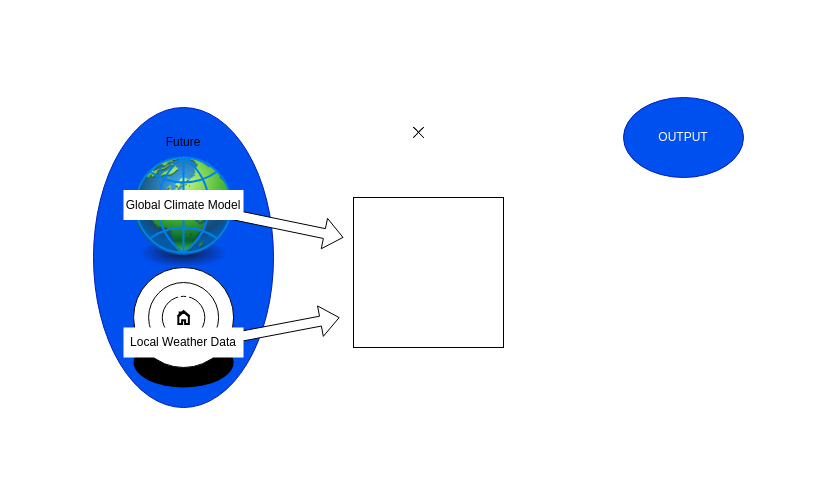
Before: Illustrations/Figure 1 - draft.drawio in Kristoffernegendahl/Ali, a draw.io diagram. Source tidied: cells renumbered, new cells numbered last; positions are measured from the earlier drawing's top-left corner, leaving out a move shared by most shapes. Both pictures are drawn from the tidied source at 100%, with x=0, y=0 at pixel (93, 97). Pictures stored in the file or linked from it are replaced by grey dashed boxes.
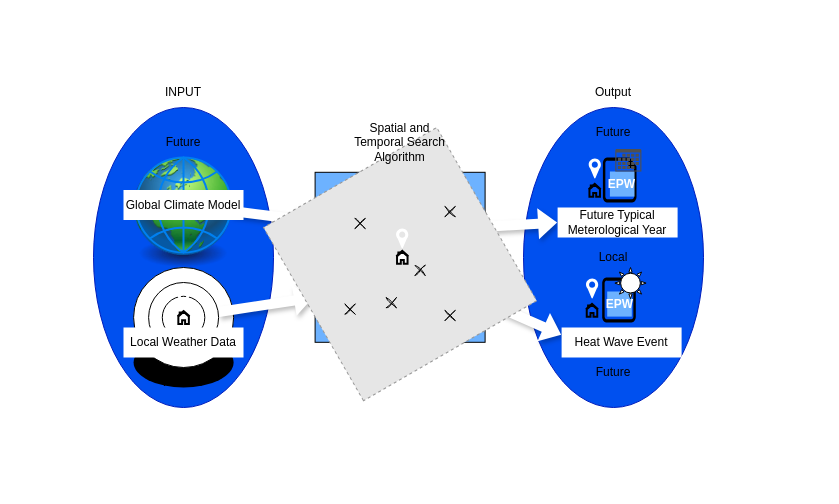
Above is the later version.

The change refers to these unchanged cells:
```xml
<mxCell id="10" style="ellipse;whiteSpace=wrap;html=1;hachureGap=4;fontFamily=Architects Daughter;fillColor=default;" parent="1" vertex="1">
  <mxGeometry x="55.1" y="185" width="70" height="70" as="geometry" />
</mxCell>
<mxCell id="13" style="html=1;verticalLabelPosition=bottom;align=center;labelBackgroundColor=#ffffff;verticalAlign=top;strokeWidth=2;strokeColor=light-dark(#0080F0,#FFFFFF);shadow=0;dashed=0;shape=mxgraph.ios7.icons.globe;hachureGap=4;fontFamily=Architects Daughter;fillColor=none;" parent="1" vertex="1">
  <mxGeometry x="42.5" y="60" width="95" height="95" as="geometry" />
</mxCell>
```

The edit, as a diff of the source:
```diff
@@
+    <mxCell id="20" style="rounded=0;whiteSpace=wrap;html=1;hachureGap=4;fontFamily=Architects Daughter;fillColor=light-dark(#FFFFFF,#FFFFFF);strokeColor=none;" parent="1" vertex="1">
+      <mxGeometry x="-76.2" y="-80.6" width="804.9" height="470" as="geometry" />
+    </mxCell>
+    <mxCell id="21" style="ellipse;whiteSpace=wrap;html=1;hachureGap=4;fontFamily=Architects Daughter;fillColor=#0050EF;fontColor=#ffffff;strokeColor=#001DBC;" parent="1" vertex="1">
+      <mxGeometry x="430" y="10" width="180" height="300" as="geometry" />
+    </mxCell>
+    <mxCell id="22" style="shape=flexArrow;endArrow=classic;html=1;rounded=0;hachureGap=4;fontFamily=Architects Daughter;shadow=1;fillColor=default;strokeColor=none;entryX=0;entryY=0.25;entryDx=0;entryDy=0;" parent="1" edge="1" target="48">
+      <mxGeometry relative="1" as="geometry">
+        <mxPoint x="380" y="198.8" as="sourcePoint" />
+      </mxGeometry>
+    </mxCell>
+    <mxCell id="23" style="shape=flexArrow;endArrow=classic;html=1;rounded=0;hachureGap=4;fontFamily=Architects Daughter;shadow=1;fillColor=default;strokeColor=none;entryX=0;entryY=0.5;entryDx=0;entryDy=0;" parent="1" edge="1" target="36">
+      <mxGeometry relative="1" as="geometry">
+        <mxPoint x="380" y="130" as="sourcePoint" />
+      </mxGeometry>
+    </mxCell>
@@
-    <mxCell id="5" style="shape=flexArrow;endArrow=classic;html=1;rounded=0;hachureGap=4;fontFamily=Architects Daughter;exitX=0.782;exitY=0.553;exitDx=0;exitDy=0;exitPerimeter=0;fillColor=light-dark(#FFFFFF,#FFFFFF);" parent="1" edge="1">
+    <mxCell id="5" style="shape=flexArrow;endArrow=classic;html=1;rounded=0;hachureGap=4;fontFamily=Architects Daughter;shadow=1;fillColor=default;strokeColor=none;" parent="1" edge="1" source="10">
       <mxGeometry relative="1" as="geometry">
-        <mxPoint x="107.4" y="246.4" as="sourcePoint" />
-        <mxPoint x="246.1" y="220" as="targetPoint" />
+        <mxPoint x="220" y="200" as="targetPoint" />
       </mxGeometry>
     </mxCell>
-    <mxCell id="6" style="shape=flexArrow;endArrow=classic;html=1;rounded=0;hachureGap=4;fontFamily=Architects Daughter;exitX=0.782;exitY=0.553;exitDx=0;exitDy=0;exitPerimeter=0;fillColor=light-dark(#FFFFFF,#FFFFFF);" parent="1" edge="1" source="13">
+    <mxCell id="6" style="shape=flexArrow;endArrow=classic;html=1;rounded=0;hachureGap=4;fontFamily=Architects Daughter;shadow=1;fillColor=default;strokeColor=none;" parent="1" edge="1" source="13">
       <mxGeometry relative="1" as="geometry">
-        <mxPoint x="250" y="140" as="targetPoint" />
+        <mxPoint x="221" y="124" as="targetPoint" />
       </mxGeometry>
     </mxCell>
-    <mxCell id="7" style="whiteSpace=wrap;html=1;hachureGap=4;fontFamily=Architects Daughter;" parent="1" vertex="1">
-      <mxGeometry x="260" y="100" width="150" height="150" as="geometry" />
-    </mxCell>
@@
-    <mxCell id="9" value="&lt;font face=&quot;Helvetica&quot;&gt;OUTPUT&lt;/font&gt;" style="ellipse;whiteSpace=wrap;html=1;hachureGap=4;fontFamily=Architects Daughter;fillColor=#0050ef;fontColor=#ffffff;strokeColor=#001DBC;" parent="1" vertex="1">
-      <mxGeometry x="530" width="120" height="80" as="geometry" />
-    </mxCell>
@@
+    <mxCell id="19" style="sketch=0;html=1;strokeColor=none;shadow=0;fillColor=light-dark(#FFFFFF,#FFFFFF);verticalAlign=top;labelPosition=center;verticalLabelPosition=bottom;shape=mxgraph.gcp2.maps_api;hachureGap=4;jiggle=2;curveFitting=1;fontFamily=Architects Daughter;" parent="1" vertex="1">
+      <mxGeometry x="83.9" y="191.2" width="12.2" height="20" as="geometry" />
+    </mxCell>
+    <mxCell id="24" value="INPUT" style="text;html=1;whiteSpace=wrap;strokeColor=none;fillColor=none;align=center;verticalAlign=middle;rounded=0;fontFamily=Helvetica;fontColor=light-dark(#000000,#000000);" parent="1" vertex="1">
+      <mxGeometry x="60.1" y="-20" width="60" height="30" as="geometry" />
+    </mxCell>
+    <mxCell id="25" style="group;" parent="1" vertex="1">
+      <mxGeometry x="170" y="30" width="273.2" height="273.2" as="geometry" />
+    </mxCell>
+    <mxCell id="7" style="whiteSpace=wrap;html=1;hachureGap=4;fontFamily=Architects Daughter;fillColor=light-dark(#6DB2FF,#6DB2FF);" parent="25" vertex="1">
+      <mxGeometry x="51.6" y="44.8" width="170" height="170" as="geometry" />
+    </mxCell>
+    <mxCell id="26" style="fillColor=#E6E6E6;strokeColor=#999999;dashed=1;html=1;verticalAlign=top;verticalLabelPosition=bottom;labelBackgroundColor=#ffffff;fontFamily=Architects Daughter;rotation=-120;" parent="25" vertex="1">
+      <mxGeometry x="36.6" y="36.6" width="200" height="200" as="geometry" />
+    </mxCell>
+    <mxCell id="27" style="html=1;verticalLabelPosition=bottom;align=center;labelBackgroundColor=#ffffff;verticalAlign=top;strokeWidth=2;strokeColor=light-dark(#000000,#FFFFFF);shadow=0;dashed=0;shape=mxgraph.ios7.icons.home;hachureGap=4;fontFamily=Architects Daughter;fillColor=default;" parent="25" vertex="1">
+      <mxGeometry x="132.8" y="123.4" width="12" height="12.8" as="geometry" />
+    </mxCell>
+    <mxCell id="28" style="sketch=0;html=1;strokeColor=none;shadow=0;fillColor=light-dark(#FFFFFF,#FFFFFF);verticalAlign=top;labelPosition=center;verticalLabelPosition=bottom;shape=mxgraph.gcp2.maps_api;hachureGap=4;jiggle=2;curveFitting=1;fontFamily=Architects Daughter;" parent="25" vertex="1">
+      <mxGeometry x="132.6" y="101" width="12.2" height="20" as="geometry" />
+    </mxCell>
-    <mxCell id="18" style="shape=mxgraph.sysml.x;sketch=1;hachureGap=4;jiggle=2;curveFitting=1;fontFamily=Architects Daughter;" parent="1" vertex="1">
-      <mxGeometry x="320" y="30" width="10" height="10" as="geometry" />
+    <mxCell id="18" style="shape=mxgraph.sysml.x;sketch=1;hachureGap=4;jiggle=2;curveFitting=1;fontFamily=Architects Daughter;" parent="25" vertex="1">
+      <mxGeometry x="91.6" y="91" width="10" height="10" as="geometry" />
     </mxCell>
-    <mxCell id="19" style="sketch=0;html=1;strokeColor=none;shadow=0;fillColor=light-dark(#FFFFFF,#FFFFFF);verticalAlign=top;labelPosition=center;verticalLabelPosition=bottom;shape=mxgraph.gcp2.maps_api;hachureGap=4;jiggle=2;curveFitting=1;fontFamily=Architects Daughter;" parent="1" vertex="1">
-      <mxGeometry x="83.9" y="191.2" width="12.2" height="20" as="geometry" />
-    </mxCell>
+    <mxCell id="29" style="shape=mxgraph.sysml.x;sketch=1;hachureGap=4;jiggle=2;curveFitting=1;fontFamily=Architects Daughter;" parent="25" vertex="1">
+      <mxGeometry x="122.8" y="170.2" width="10" height="10" as="geometry" />
+    </mxCell>
+    <mxCell id="30" style="shape=mxgraph.sysml.x;sketch=1;hachureGap=4;jiggle=2;curveFitting=1;fontFamily=Architects Daughter;" parent="25" vertex="1">
+      <mxGeometry x="151.6" y="137.9" width="10" height="10" as="geometry" />
+    </mxCell>
+    <mxCell id="31" style="shape=mxgraph.sysml.x;sketch=1;hachureGap=4;jiggle=2;curveFitting=1;fontFamily=Architects Daughter;" parent="25" vertex="1">
+      <mxGeometry x="181.6" y="79.1" width="10" height="10" as="geometry" />
+    </mxCell>
+    <mxCell id="32" style="shape=mxgraph.sysml.x;sketch=1;hachureGap=4;jiggle=2;curveFitting=1;fontFamily=Architects Daughter;" parent="25" vertex="1">
+      <mxGeometry x="81.6" y="176.6" width="10" height="10" as="geometry" />
+    </mxCell>
+    <mxCell id="33" style="shape=mxgraph.sysml.x;sketch=1;hachureGap=4;jiggle=2;curveFitting=1;fontFamily=Architects Daughter;" parent="25" vertex="1">
+      <mxGeometry x="181.6" y="183" width="10" height="10" as="geometry" />
+    </mxCell>
+    <mxCell id="34" value="Output" style="text;html=1;whiteSpace=wrap;strokeColor=none;fillColor=none;align=center;verticalAlign=middle;rounded=0;fontFamily=Helvetica;fontColor=light-dark(#000000,#000000);" parent="1" vertex="1">
+      <mxGeometry x="490.1" y="-20" width="60" height="30" as="geometry" />
+    </mxCell>
+    <mxCell id="35" value="Spatial and Temporal Search Algorithm" style="text;html=1;whiteSpace=wrap;strokeColor=none;fillColor=none;align=center;verticalAlign=middle;rounded=0;fontFamily=Helvetica;fontColor=light-dark(#000000,#000000);" parent="1" vertex="1">
+      <mxGeometry x="249.9" y="30" width="113.4" height="30" as="geometry" />
+    </mxCell>
+    <mxCell id="36" value="&lt;font style=&quot;color: light-dark(rgb(0, 0, 0), rgb(0, 0, 0));&quot;&gt;Future Typical Meterological Year&lt;/font&gt;" style="text;html=1;whiteSpace=wrap;align=center;verticalAlign=middle;rounded=0;fontFamily=Helvetica;fillColor=light-dark(#FFFFFF,#FFFFFF);" parent="1" vertex="1">
+      <mxGeometry x="464.1" y="110" width="120" height="30" as="geometry" />
+    </mxCell>
+    <mxCell id="37" style="group;" parent="1" vertex="1">
+      <mxGeometry x="495.2" y="60" width="71" height="62.5" as="geometry" />
+    </mxCell>
+    <mxCell id="38" style="html=1;verticalLabelPosition=bottom;align=center;labelBackgroundColor=#ffffff;verticalAlign=top;strokeWidth=2;strokeColor=light-dark(#000000,#FFFFFF);shadow=0;dashed=0;shape=mxgraph.ios7.icons.home;hachureGap=4;fontFamily=Architects Daughter;fillColor=none;" parent="37" vertex="1">
+      <mxGeometry y="26.4" width="12" height="12.8" as="geometry" />
+    </mxCell>
+    <mxCell id="39" style="sketch=0;html=1;strokeColor=none;shadow=0;fillColor=light-dark(#FFFFFF,#FFFFFF);verticalAlign=top;labelPosition=center;verticalLabelPosition=bottom;shape=mxgraph.gcp2.maps_api;hachureGap=4;jiggle=2;curveFitting=1;fontFamily=Architects Daughter;" parent="37" vertex="1">
+      <mxGeometry y="1" width="12.2" height="20" as="geometry" />
+    </mxCell>
+    <mxCell id="40" style="verticalLabelPosition=bottom;html=1;verticalAlign=top;align=center;strokeColor=none;fillColor=light-dark(#000000,#FFFFFF);shape=mxgraph.azure.rdp_remoting_file;hachureGap=4;fontFamily=Architects Daughter;" parent="37" vertex="1">
+      <mxGeometry x="14.2" width="33.6" height="45" as="geometry" />
+    </mxCell>
+    <mxCell id="41" value="&lt;b&gt;&lt;font style=&quot;color: light-dark(rgb(255, 255, 255), rgb(255, 255, 255));&quot;&gt;EPW&lt;/font&gt;&lt;/b&gt;" style="text;html=1;whiteSpace=wrap;strokeColor=none;fillColor=light-dark(#6DB2FF,#6DB2FF);align=center;verticalAlign=middle;rounded=0;fontFamily=Helvetica;fontColor=light-dark(#000000,#000000);" parent="37" vertex="1">
+      <mxGeometry x="21.2" y="14" width="24.6" height="25.1" as="geometry" />
+    </mxCell>
+    <mxCell id="42" style="sketch=0;shadow=0;dashed=0;html=1;strokeColor=none;fillColor=light-dark(#505050,#FAFAFA);labelPosition=center;verticalLabelPosition=bottom;verticalAlign=top;align=center;shape=mxgraph.office.concepts.calendar;hachureGap=4;jiggle=2;curveFitting=1;fontFamily=Architects Daughter;" parent="37" vertex="1">
+      <mxGeometry x="26.6" y="-8.5" width="26.1" height="22.5" as="geometry" />
+    </mxCell>
+    <mxCell id="43" style="group;" parent="1" vertex="1">
+      <mxGeometry x="492.5" y="180" width="49.8" height="45" as="geometry" />
+    </mxCell>
+    <mxCell id="44" style="html=1;verticalLabelPosition=bottom;align=center;labelBackgroundColor=#ffffff;verticalAlign=top;strokeWidth=2;strokeColor=light-dark(#000000,#FFFFFF);shadow=0;dashed=0;shape=mxgraph.ios7.icons.home;hachureGap=4;fontFamily=Architects Daughter;fillColor=none;" parent="43" vertex="1">
+      <mxGeometry y="26.4" width="12" height="12.8" as="geometry" />
+    </mxCell>
+    <mxCell id="45" style="sketch=0;html=1;strokeColor=none;shadow=0;fillColor=light-dark(#FFFFFF,#FFFFFF);verticalAlign=top;labelPosition=center;verticalLabelPosition=bottom;shape=mxgraph.gcp2.maps_api;hachureGap=4;jiggle=2;curveFitting=1;fontFamily=Architects Daughter;" parent="43" vertex="1">
+      <mxGeometry y="1" width="12.2" height="20" as="geometry" />
+    </mxCell>
+    <mxCell id="46" style="verticalLabelPosition=bottom;html=1;verticalAlign=top;align=center;strokeColor=none;fillColor=light-dark(#000000,#FFFFFF);shape=mxgraph.azure.rdp_remoting_file;hachureGap=4;fontFamily=Architects Daughter;" parent="43" vertex="1">
+      <mxGeometry x="16.2" width="33.6" height="45" as="geometry" />
+    </mxCell>
+    <mxCell id="47" value="&lt;b&gt;&lt;font style=&quot;color: light-dark(rgb(255, 255, 255), rgb(255, 255, 255));&quot;&gt;EPW&lt;/font&gt;&lt;/b&gt;" style="text;html=1;whiteSpace=wrap;strokeColor=none;fillColor=light-dark(#6DB2FF,#6DB2FF);align=center;verticalAlign=middle;rounded=0;fontFamily=Helvetica;fontColor=light-dark(#000000,#000000);" parent="43" vertex="1">
+      <mxGeometry x="21.2" y="14" width="24.6" height="25.1" as="geometry" />
+    </mxCell>
+    <mxCell id="48" value="&lt;font style=&quot;color: light-dark(rgb(0, 0, 0), rgb(0, 0, 0));&quot;&gt;Heat Wave Event&lt;/font&gt;" style="text;html=1;whiteSpace=wrap;align=center;verticalAlign=middle;rounded=0;fontFamily=Helvetica;fillColor=light-dark(#FFFFFF,#FFFFFF);" parent="1" vertex="1">
+      <mxGeometry x="468.1" y="230" width="120" height="30" as="geometry" />
+    </mxCell>
+    <mxCell id="49" style="verticalLabelPosition=bottom;verticalAlign=top;html=1;shape=mxgraph.basic.sun;hachureGap=4;fontFamily=Architects Daughter;fillColor=light-dark(#FFFFFF,#FFFFFF);" parent="1" vertex="1">
+      <mxGeometry x="521.4" y="170" width="31.2" height="31.2" as="geometry" />
+    </mxCell>
+    <mxCell id="50" value="Future" style="text;html=1;whiteSpace=wrap;strokeColor=none;fillColor=none;align=center;verticalAlign=middle;rounded=0;fontFamily=Helvetica;" parent="1" vertex="1">
+      <mxGeometry x="470.1" y="260" width="100" height="30" as="geometry" />
+    </mxCell>
+    <mxCell id="51" value="Future" style="text;html=1;whiteSpace=wrap;strokeColor=none;fillColor=none;align=center;verticalAlign=middle;rounded=0;fontFamily=Helvetica;" parent="1" vertex="1">
+      <mxGeometry x="470.1" y="20" width="100" height="30" as="geometry" />
+    </mxCell>
+    <mxCell id="52" value="Local" style="text;html=1;whiteSpace=wrap;strokeColor=none;fillColor=none;align=center;verticalAlign=middle;rounded=0;fontFamily=Helvetica;" parent="1" vertex="1">
+      <mxGeometry x="470.1" y="145" width="100" height="30" as="geometry" />
+    </mxCell>
```
